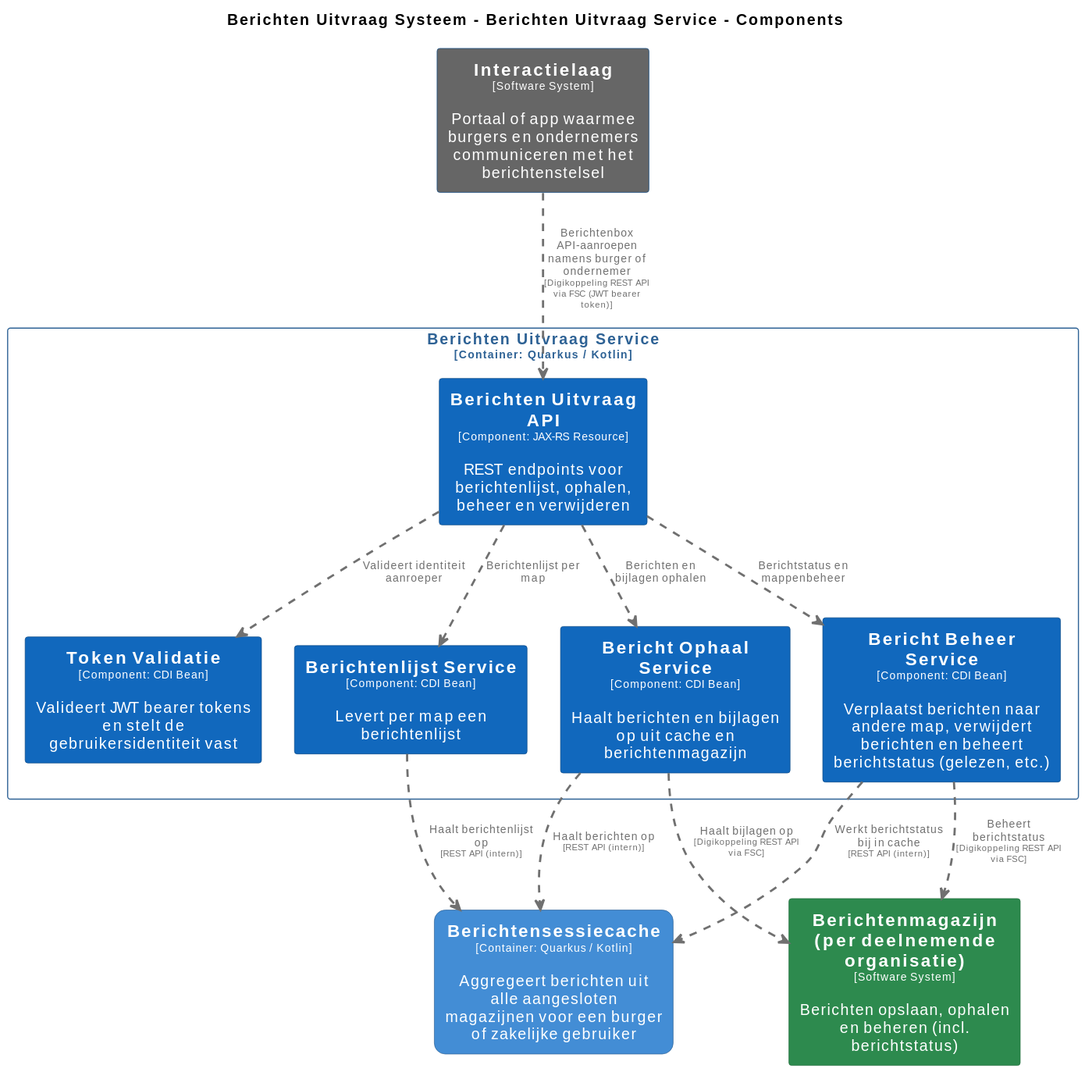
The PlantUML diagram pr-preview/pr-22/master/svg/BerichtenUitvraagServiceComponenten.svg in MinBZK/moza-poc-fbs-berichtenbox, before a commit. Its source is kept beside it as pr-preview/pr-22/master/puml/BerichtenUitvraagServiceComponenten.puml.
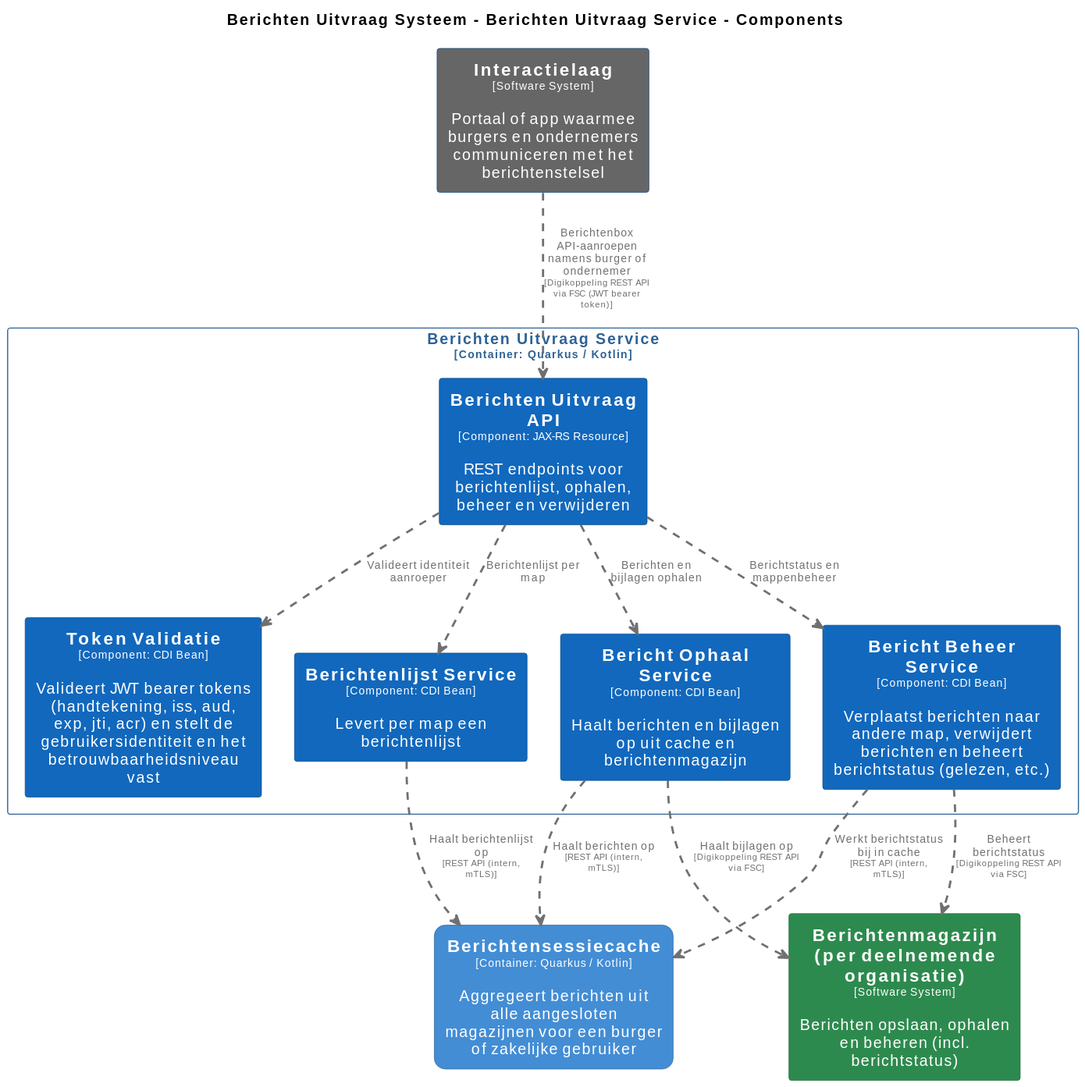
The same file after the commit.

Change to the diagram source:
```diff
@@ -76,7 +76,7 @@
 
 rectangle "Berichten Uitvraag Service\n<size:10>[Container: Quarkus / Kotlin]</size>" <<BerichtenUitvraagSysteem.BerichtenUitvraagService>> {
   rectangle "==Berichten Uitvraag API\n<size:10>[Component: JAX-RS Resource]</size>\n\nREST endpoints voor berichtenlijst, ophalen, beheer en verwijderen" <<BerichtenUitvraagSysteem.BerichtenUitvraagService.BerichtenUitvraagAPI>> as BerichtenUitvraagSysteem.BerichtenUitvraagService.BerichtenUitvraagAPI
-  rectangle "==Token Validatie\n<size:10>[Component: CDI Bean]</size>\n\nValideert JWT bearer tokens en stelt de gebruikersidentiteit vast" <<BerichtenUitvraagSysteem.BerichtenUitvraagService.TokenValidatie>> as BerichtenUitvraagSysteem.BerichtenUitvraagService.TokenValidatie
+  rectangle "==Token Validatie\n<size:10>[Component: CDI Bean]</size>\n\nValideert JWT bearer tokens (handtekening, iss, aud, exp, jti, acr) en stelt de gebruikersidentiteit en het betrouwbaarheidsniveau vast" <<BerichtenUitvraagSysteem.BerichtenUitvraagService.TokenValidatie>> as BerichtenUitvraagSysteem.BerichtenUitvraagService.TokenValidatie
   rectangle "==Berichtenlijst Service\n<size:10>[Component: CDI Bean]</size>\n\nLevert per map een berichtenlijst" <<BerichtenUitvraagSysteem.BerichtenUitvraagService.BerichtenlijstService>> as BerichtenUitvraagSysteem.BerichtenUitvraagService.BerichtenlijstService
   rectangle "==Bericht Ophaal Service\n<size:10>[Component: CDI Bean]</size>\n\nHaalt berichten en bijlagen op uit cache en berichtenmagazijn" <<BerichtenUitvraagSysteem.BerichtenUitvraagService.BerichtOphaalService>> as BerichtenUitvraagSysteem.BerichtenUitvraagService.BerichtOphaalService
   rectangle "==Bericht Beheer Service\n<size:10>[Component: CDI Bean]</size>\n\nVerplaatst berichten naar andere map, verwijdert berichten en beheert berichtstatus (gelezen, etc.)" <<BerichtenUitvraagSysteem.BerichtenUitvraagService.BerichtBeheerService>> as BerichtenUitvraagSysteem.BerichtenUitvraagService.BerichtBeheerService
@@ -86,9 +86,9 @@
 BerichtenUitvraagSysteem.BerichtenUitvraagService.BerichtenUitvraagAPI .[#707070,thickness=2].> BerichtenUitvraagSysteem.BerichtenUitvraagService.BerichtenlijstService : "<color:#707070>Berichtenlijst per map"
 BerichtenUitvraagSysteem.BerichtenUitvraagService.BerichtenUitvraagAPI .[#707070,thickness=2].> BerichtenUitvraagSysteem.BerichtenUitvraagService.BerichtOphaalService : "<color:#707070>Berichten en bijlagen ophalen"
 BerichtenUitvraagSysteem.BerichtenUitvraagService.BerichtenUitvraagAPI .[#707070,thickness=2].> BerichtenUitvraagSysteem.BerichtenUitvraagService.BerichtBeheerService : "<color:#707070>Berichtstatus en mappenbeheer"
-BerichtenUitvraagSysteem.BerichtenUitvraagService.BerichtOphaalService .[#707070,thickness=2].> BerichtenUitvraagSysteem.Berichtensessiecache : "<color:#707070>Haalt berichten op\n<color:#707070><size:8>[REST API (intern)]</size>"
-BerichtenUitvraagSysteem.BerichtenUitvraagService.BerichtenlijstService .[#707070,thickness=2].> BerichtenUitvraagSysteem.Berichtensessiecache : "<color:#707070>Haalt berichtenlijst op\n<color:#707070><size:8>[REST API (intern)]</size>"
-BerichtenUitvraagSysteem.BerichtenUitvraagService.BerichtBeheerService .[#707070,thickness=2].> BerichtenUitvraagSysteem.Berichtensessiecache : "<color:#707070>Werkt berichtstatus bij in cache\n<color:#707070><size:8>[REST API (intern)]</size>"
+BerichtenUitvraagSysteem.BerichtenUitvraagService.BerichtOphaalService .[#707070,thickness=2].> BerichtenUitvraagSysteem.Berichtensessiecache : "<color:#707070>Haalt berichten op\n<color:#707070><size:8>[REST API (intern, mTLS)]</size>"
+BerichtenUitvraagSysteem.BerichtenUitvraagService.BerichtenlijstService .[#707070,thickness=2].> BerichtenUitvraagSysteem.Berichtensessiecache : "<color:#707070>Haalt berichtenlijst op\n<color:#707070><size:8>[REST API (intern, mTLS)]</size>"
+BerichtenUitvraagSysteem.BerichtenUitvraagService.BerichtBeheerService .[#707070,thickness=2].> BerichtenUitvraagSysteem.Berichtensessiecache : "<color:#707070>Werkt berichtstatus bij in cache\n<color:#707070><size:8>[REST API (intern, mTLS)]</size>"
 Interactielaag .[#707070,thickness=2].> BerichtenUitvraagSysteem.BerichtenUitvraagService.BerichtenUitvraagAPI : "<color:#707070>Berichtenbox API-aanroepen namens burger of ondernemer\n<color:#707070><size:8>[Digikoppeling REST API via FSC (JWT bearer token)]</size>"
 BerichtenUitvraagSysteem.BerichtenUitvraagService.BerichtOphaalService .[#707070,thickness=2].> Berichtenmagazijnperdeelnemendeorganisatie : "<color:#707070>Haalt bijlagen op\n<color:#707070><size:8>[Digikoppeling REST API via FSC]</size>"
 BerichtenUitvraagSysteem.BerichtenUitvraagService.BerichtBeheerService .[#707070,thickness=2].> Berichtenmagazijnperdeelnemendeorganisatie : "<color:#707070>Beheert berichtstatus\n<color:#707070><size:8>[Digikoppeling REST API via FSC]</size>"
```
